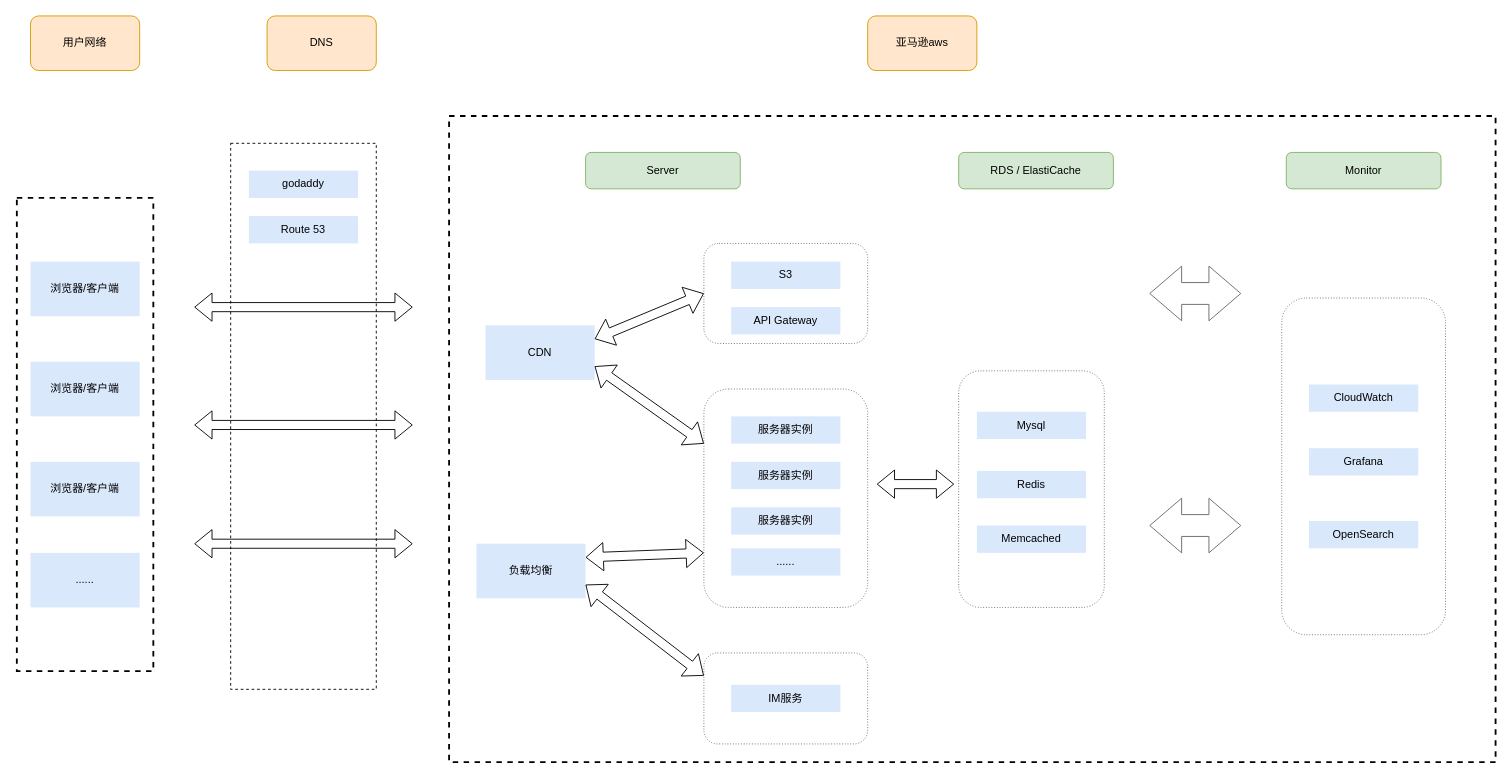
startarhwa/hello-world keeps this draw.io diagram as app.diagrams.net/1008 Untitled Diagram.drawio. Above is the earlier version. Source tidied: cells renumbered, new cells numbered last; positions are measured from the earlier drawing's top-left corner, leaving out a move shared by most shapes. Both pictures are drawn from the tidied source at 91%, with x=0, y=0 at pixel (16, 15).
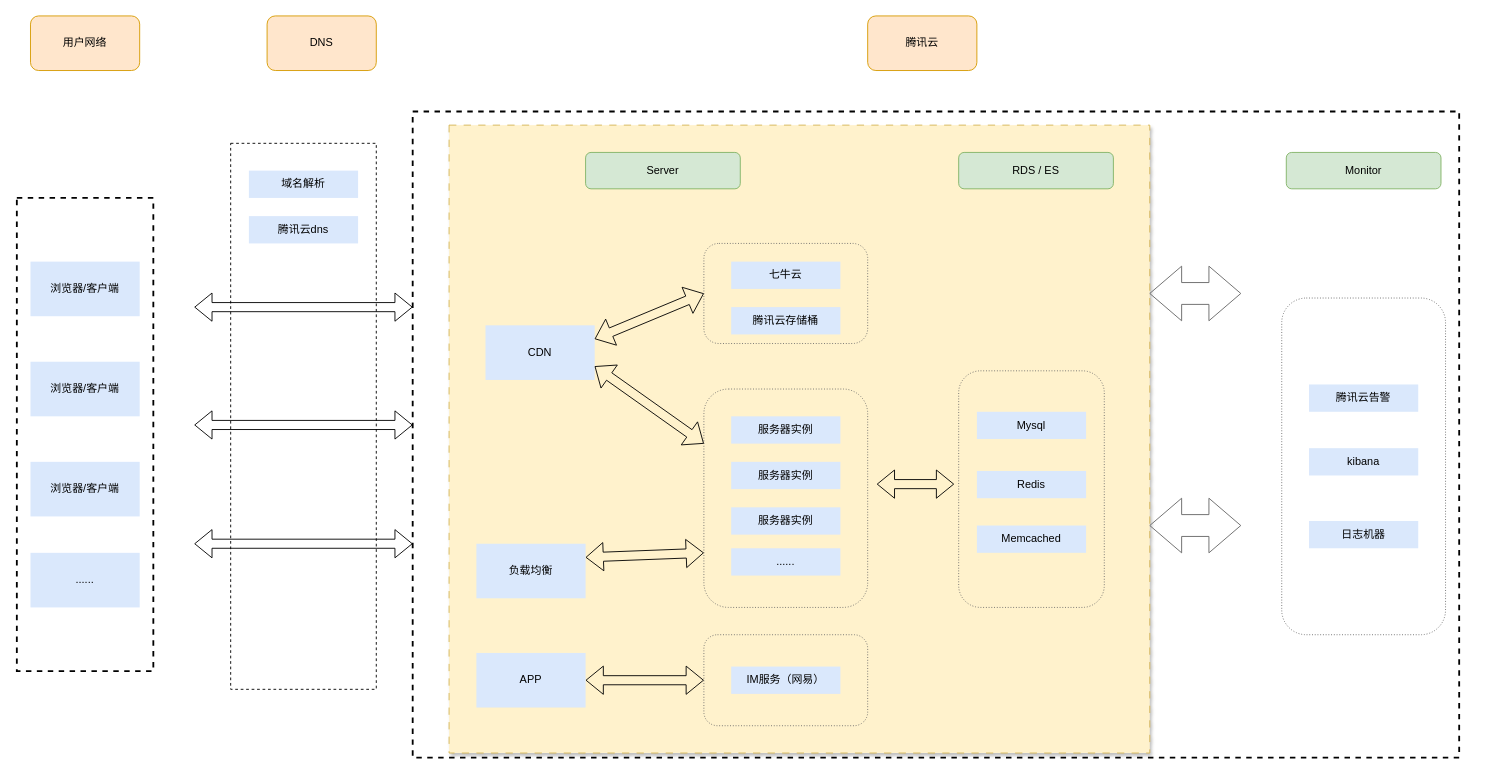
After the change.

The change refers to these unchanged cells:
```xml
<mxCell id="14" value="负载均衡" style="rounded=0;whiteSpace=wrap;html=1;dashed=1;dashPattern=1 4;fillColor=#dae8fc;strokeColor=none;" parent="1" vertex="1">
  <mxGeometry x="505" y="580" width="120" height="60" as="geometry" />
</mxCell>
```

The edit, as a diff of the source:
```diff
@@
+    <mxCell id="47" style="rounded=0;whiteSpace=wrap;html=1;dashed=1;dashPattern=8 8;shadow=1;glass=0;fillColor=#fff2cc;strokeColor=#d6b656;" parent="1" vertex="1">
+      <mxGeometry x="475" y="120" width="770" height="690" as="geometry" />
+    </mxCell>
     <mxCell id="2" style="rounded=0;whiteSpace=wrap;html=1;dashed=1;fillColor=none;strokeWidth=2;" parent="1" vertex="1">
-      <mxGeometry x="475" y="110" width="1150" height="710" as="geometry" />
+      <mxGeometry x="435" y="105" width="1150" height="710" as="geometry" />
     </mxCell>
+    <mxCell id="42" style="rounded=1;whiteSpace=wrap;html=1;dashed=1;strokeWidth=1;fillColor=none;dashPattern=1 2;strokeColor=#666666;" parent="1" vertex="1">
+      <mxGeometry x="1390" y="310" width="180" height="370" as="geometry" />
+    </mxCell>
@@
-    <mxCell id="7" value="亚马逊aws" style="rounded=1;whiteSpace=wrap;html=1;fillColor=#ffe6cc;strokeColor=#d79b00;" parent="1" vertex="1">
+    <mxCell id="7" value="腾讯云" style="rounded=1;whiteSpace=wrap;html=1;fillColor=#ffe6cc;strokeColor=#d79b00;" parent="1" vertex="1">
       <mxGeometry x="935" width="120" height="60" as="geometry" />
     </mxCell>
@@
     <mxCell id="21" style="rounded=1;whiteSpace=wrap;html=1;dashed=1;strokeWidth=1;fillColor=none;dashPattern=1 2;strokeColor=#666666;" parent="1" vertex="1">
-      <mxGeometry x="755" y="700" width="180" height="100" as="geometry" />
+      <mxGeometry x="755" y="680" width="180" height="100" as="geometry" />
     </mxCell>
-    <mxCell id="22" value="IM服务" style="rounded=0;whiteSpace=wrap;html=1;dashed=1;dashPattern=1 4;fillColor=#dae8fc;strokeColor=none;" parent="1" vertex="1">
-      <mxGeometry x="785" y="735" width="120" height="30" as="geometry" />
+    <mxCell id="22" value="IM服务（网易）" style="rounded=0;whiteSpace=wrap;html=1;dashed=1;dashPattern=1 4;fillColor=#dae8fc;strokeColor=none;" parent="1" vertex="1">
+      <mxGeometry x="785" y="715" width="120" height="30" as="geometry" />
     </mxCell>
-    <mxCell id="23" style="shape=flexArrow;endArrow=classic;startArrow=classic;html=1;rounded=0;entryX=0;entryY=0.25;entryDx=0;entryDy=0;exitX=1;exitY=0.75;exitDx=0;exitDy=0;" parent="1" edge="1" source="14" target="21">
+    <mxCell id="23" style="shape=flexArrow;endArrow=classic;startArrow=classic;html=1;rounded=0;entryX=0;entryY=0.5;entryDx=0;entryDy=0;" parent="1" edge="1" source="49" target="21">
       <mxGeometry relative="1" as="geometry" />
     </mxCell>
@@
-    <mxCell id="25" value="S3" style="rounded=0;whiteSpace=wrap;html=1;dashed=1;dashPattern=1 4;fillColor=#dae8fc;strokeColor=none;" parent="1" vertex="1">
+    <mxCell id="25" value="七牛云" style="rounded=0;whiteSpace=wrap;html=1;dashed=1;dashPattern=1 4;fillColor=#dae8fc;strokeColor=none;" parent="1" vertex="1">
       <mxGeometry x="785" y="270" width="120" height="30" as="geometry" />
     </mxCell>
@@
-    <mxCell id="31" value="RDS / ElastiCache" style="rounded=1;whiteSpace=wrap;html=1;fillColor=#d5e8d4;strokeColor=#82b366;" parent="1" vertex="1">
+    <mxCell id="31" value="RDS / ES" style="rounded=1;whiteSpace=wrap;html=1;fillColor=#d5e8d4;strokeColor=#82b366;" parent="1" vertex="1">
       <mxGeometry x="1035" y="150" width="170" height="40" as="geometry" />
     </mxCell>
@@
-    <mxCell id="35" value="API Gateway" style="rounded=0;whiteSpace=wrap;html=1;dashed=1;dashPattern=1 4;fillColor=#dae8fc;strokeColor=none;" parent="1" vertex="1">
+    <mxCell id="35" value="腾讯云存储桶" style="rounded=0;whiteSpace=wrap;html=1;dashed=1;dashPattern=1 4;fillColor=#dae8fc;strokeColor=none;" parent="1" vertex="1">
       <mxGeometry x="785" y="320" width="120" height="30" as="geometry" />
     </mxCell>
@@
-    <mxCell id="39" value="CloudWatch" style="rounded=0;whiteSpace=wrap;html=1;dashed=1;dashPattern=1 4;fillColor=#dae8fc;strokeColor=none;" parent="1" vertex="1">
+    <mxCell id="39" value="腾讯云告警" style="rounded=0;whiteSpace=wrap;html=1;dashed=1;dashPattern=1 4;fillColor=#dae8fc;strokeColor=none;" parent="1" vertex="1">
       <mxGeometry x="1420" y="405" width="120" height="30" as="geometry" />
     </mxCell>
-    <mxCell id="40" value="Grafana" style="rounded=0;whiteSpace=wrap;html=1;dashed=1;dashPattern=1 4;fillColor=#dae8fc;strokeColor=none;" parent="1" vertex="1">
+    <mxCell id="40" value="kibana" style="rounded=0;whiteSpace=wrap;html=1;dashed=1;dashPattern=1 4;fillColor=#dae8fc;strokeColor=none;" parent="1" vertex="1">
       <mxGeometry x="1420" y="475" width="120" height="30" as="geometry" />
     </mxCell>
-    <mxCell id="41" value="OpenSearch" style="rounded=0;whiteSpace=wrap;html=1;dashed=1;dashPattern=1 4;fillColor=#dae8fc;strokeColor=none;" parent="1" vertex="1">
-      <mxGeometry x="1420" y="555" width="120" height="30" as="geometry" />
-    </mxCell>
-    <mxCell id="42" style="rounded=1;whiteSpace=wrap;html=1;dashed=1;strokeWidth=1;fillColor=none;dashPattern=1 2;strokeColor=#666666;" parent="1" vertex="1">
-      <mxGeometry x="1390" y="310" width="180" height="370" as="geometry" />
-    </mxCell>
@@
-    <mxCell id="45" value="Route 53" style="rounded=0;whiteSpace=wrap;html=1;dashed=1;dashPattern=1 4;fillColor=#dae8fc;strokeColor=none;" parent="1" vertex="1">
+    <mxCell id="45" value="腾讯云dns" style="rounded=0;whiteSpace=wrap;html=1;dashed=1;dashPattern=1 4;fillColor=#dae8fc;strokeColor=none;" parent="1" vertex="1">
       <mxGeometry x="255" y="220" width="120" height="30" as="geometry" />
     </mxCell>
-    <mxCell id="46" value="godaddy" style="rounded=0;whiteSpace=wrap;html=1;dashed=1;dashPattern=1 4;fillColor=#dae8fc;strokeColor=none;" parent="1" vertex="1">
+    <mxCell id="46" value="域名解析" style="rounded=0;whiteSpace=wrap;html=1;dashed=1;dashPattern=1 4;fillColor=#dae8fc;strokeColor=none;" parent="1" vertex="1">
       <mxGeometry x="255" y="170" width="120" height="30" as="geometry" />
     </mxCell>
+    <mxCell id="48" value="日志机器" style="rounded=0;whiteSpace=wrap;html=1;dashed=1;dashPattern=1 4;fillColor=#dae8fc;strokeColor=none;" parent="1" vertex="1">
+      <mxGeometry x="1420" y="555" width="120" height="30" as="geometry" />
+    </mxCell>
+    <mxCell id="49" value="APP" style="rounded=0;whiteSpace=wrap;html=1;dashed=1;dashPattern=1 4;fillColor=#dae8fc;strokeColor=none;" parent="1" vertex="1">
+      <mxGeometry x="505" y="700" width="120" height="60" as="geometry" />
+    </mxCell>
```
